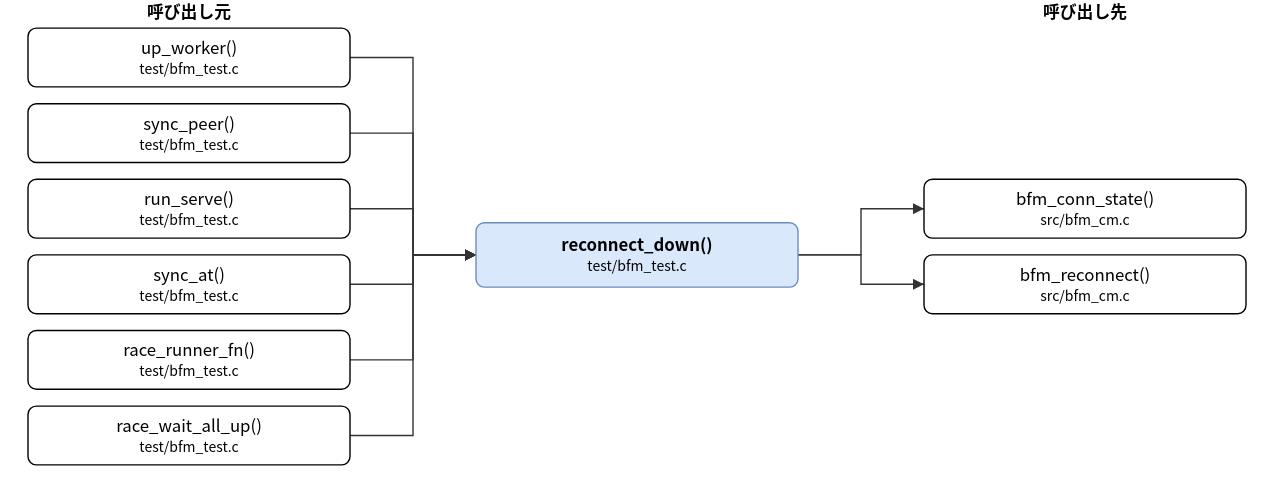
hf355051012-ai/bfmem keeps this draw.io diagram as doc/spec/images/call_test_bfm_test-reconnect_down.drawio.svg. Above is the earlier version. Source tidied: cells renumbered, new cells last; positions are measured from the earlier drawing's top-left corner, leaving out a move shared by most shapes.
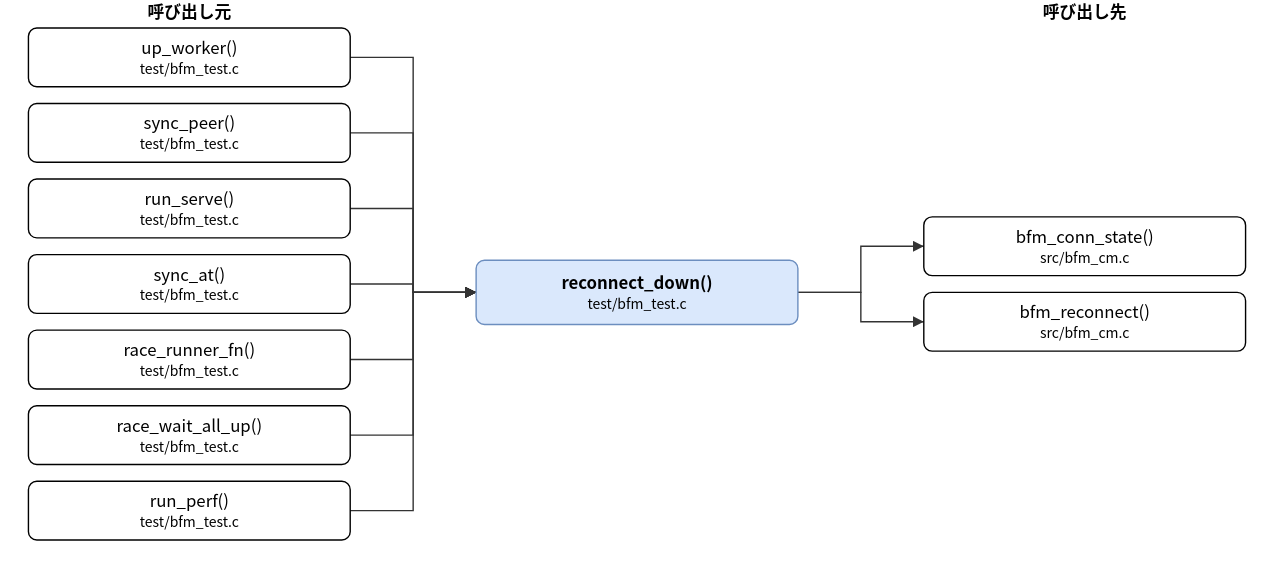
The same file after the commit.

What changed in the source:
```diff
@@ -3,7 +3,7 @@
     <mxCell id="0" />
     <mxCell id="1" parent="0" />
     <mxCell id="2" value="reconnect_down()&lt;br&gt;&lt;font style=&quot;font-size:10px&quot;&gt;test/bfm_test.c&lt;/font&gt;" style="rounded=1;whiteSpace=wrap;html=1;fillColor=#dae8fc;strokeColor=#6c8ebf;fontStyle=1;" parent="1" vertex="1">
-      <mxGeometry x="320" y="159" width="230" height="46" as="geometry" />
+      <mxGeometry x="320" y="186" width="230" height="46" as="geometry" />
     </mxCell>
     <mxCell id="3" value="up_worker()&lt;br&gt;&lt;font style=&quot;font-size:10px&quot;&gt;test/bfm_test.c&lt;/font&gt;" style="rounded=1;whiteSpace=wrap;html=1;" parent="1" vertex="1">
       <mxGeometry y="20" width="230" height="42" as="geometry" />
@@ -23,17 +23,20 @@
     <mxCell id="8" value="race_wait_all_up()&lt;br&gt;&lt;font style=&quot;font-size:10px&quot;&gt;test/bfm_test.c&lt;/font&gt;" style="rounded=1;whiteSpace=wrap;html=1;" parent="1" vertex="1">
       <mxGeometry y="290" width="230" height="42" as="geometry" />
     </mxCell>
+    <mxCell id="21" value="run_perf()&lt;br&gt;&lt;font style=&quot;font-size:10px&quot;&gt;test/bfm_test.c&lt;/font&gt;" style="rounded=1;whiteSpace=wrap;html=1;" parent="1" vertex="1">
+      <mxGeometry y="344" width="230" height="42" as="geometry" />
+    </mxCell>
     <mxCell id="9" value="bfm_conn_state()&lt;br&gt;&lt;font style=&quot;font-size:10px&quot;&gt;src/bfm_cm.c&lt;/font&gt;" style="rounded=1;whiteSpace=wrap;html=1;" parent="1" vertex="1">
-      <mxGeometry x="640" y="128" width="230" height="42" as="geometry" />
+      <mxGeometry x="640" y="155" width="230" height="42" as="geometry" />
     </mxCell>
     <mxCell id="10" value="bfm_reconnect()&lt;br&gt;&lt;font style=&quot;font-size:10px&quot;&gt;src/bfm_cm.c&lt;/font&gt;" style="rounded=1;whiteSpace=wrap;html=1;" parent="1" vertex="1">
-      <mxGeometry x="640" y="182" width="230" height="42" as="geometry" />
+      <mxGeometry x="640" y="209" width="230" height="42" as="geometry" />
     </mxCell>
     <mxCell id="11" style="edgeStyle=none;html=1;rounded=0;endArrow=block;endFill=1;exitX=1.0000;exitY=0.5000;exitDx=0;exitDy=0;exitPerimeter=0;entryX=0.0000;entryY=0.5000;entryDx=0;entryDy=0;entryPerimeter=0;" parent="1" edge="1" source="3" target="2">
       <mxGeometry relative="1" as="geometry">
         <Array as="points">
           <mxPoint x="275" y="41" />
-          <mxPoint x="275" y="182" />
+          <mxPoint x="275" y="209" />
         </Array>
       </mxGeometry>
     </mxCell>
@@ -41,7 +44,7 @@
       <mxGeometry relative="1" as="geometry">
         <Array as="points">
           <mxPoint x="275" y="95" />
-          <mxPoint x="275" y="182" />
+          <mxPoint x="275" y="209" />
         </Array>
       </mxGeometry>
     </mxCell>
@@ -49,7 +52,7 @@
       <mxGeometry relative="1" as="geometry">
         <Array as="points">
           <mxPoint x="275" y="149" />
-          <mxPoint x="275" y="182" />
+          <mxPoint x="275" y="209" />
         </Array>
       </mxGeometry>
     </mxCell>
@@ -57,7 +60,7 @@
       <mxGeometry relative="1" as="geometry">
         <Array as="points">
           <mxPoint x="275" y="203" />
-          <mxPoint x="275" y="182" />
+          <mxPoint x="275" y="209" />
         </Array>
       </mxGeometry>
     </mxCell>
@@ -65,7 +68,7 @@
       <mxGeometry relative="1" as="geometry">
         <Array as="points">
           <mxPoint x="275" y="257" />
-          <mxPoint x="275" y="182" />
+          <mxPoint x="275" y="209" />
         </Array>
       </mxGeometry>
     </mxCell>
@@ -73,26 +76,34 @@
       <mxGeometry relative="1" as="geometry">
         <Array as="points">
           <mxPoint x="275" y="311" />
-          <mxPoint x="275" y="182" />
+          <mxPoint x="275" y="209" />
         </Array>
       </mxGeometry>
     </mxCell>
-    <mxCell id="17" style="edgeStyle=none;html=1;rounded=0;endArrow=block;endFill=1;exitX=1.0000;exitY=0.5000;exitDx=0;exitDy=0;exitPerimeter=0;entryX=0.0000;entryY=0.5000;entryDx=0;entryDy=0;entryPerimeter=0;" parent="1" edge="1" source="2" target="9">
+    <mxCell id="17" style="edgeStyle=none;html=1;rounded=0;endArrow=block;endFill=1;exitX=1.0000;exitY=0.5000;exitDx=0;exitDy=0;exitPerimeter=0;entryX=0.0000;entryY=0.5000;entryDx=0;entryDy=0;entryPerimeter=0;" parent="1" edge="1" source="21" target="2">
       <mxGeometry relative="1" as="geometry">
         <Array as="points">
-          <mxPoint x="595" y="182" />
-          <mxPoint x="595" y="149" />
+          <mxPoint x="275" y="365" />
+          <mxPoint x="275" y="209" />
         </Array>
       </mxGeometry>
     </mxCell>
-    <mxCell id="18" style="edgeStyle=none;html=1;rounded=0;endArrow=block;endFill=1;exitX=1.0000;exitY=0.5000;exitDx=0;exitDy=0;exitPerimeter=0;entryX=0.0000;entryY=0.5000;entryDx=0;entryDy=0;entryPerimeter=0;" parent="1" edge="1" source="2" target="10">
+    <mxCell id="18" style="edgeStyle=none;html=1;rounded=0;endArrow=block;endFill=1;exitX=1.0000;exitY=0.5000;exitDx=0;exitDy=0;exitPerimeter=0;entryX=0.0000;entryY=0.5000;entryDx=0;entryDy=0;entryPerimeter=0;" parent="1" edge="1" source="2" target="9">
       <mxGeometry relative="1" as="geometry">
         <Array as="points">
-          <mxPoint x="595" y="182" />
-          <mxPoint x="595" y="203" />
+          <mxPoint x="595" y="209" />
+          <mxPoint x="595" y="176" />
         </Array>
       </mxGeometry>
     </mxCell>
+    <mxCell id="22" style="edgeStyle=none;html=1;rounded=0;endArrow=block;endFill=1;exitX=1.0000;exitY=0.5000;exitDx=0;exitDy=0;exitPerimeter=0;entryX=0.0000;entryY=0.5000;entryDx=0;entryDy=0;entryPerimeter=0;" parent="1" edge="1" source="2" target="10">
+      <mxGeometry relative="1" as="geometry">
+        <Array as="points">
+          <mxPoint x="595" y="209" />
+          <mxPoint x="595" y="230" />
+        </Array>
+      </mxGeometry>
+    </mxCell>
     <mxCell id="19" value="呼び出し元" style="text;html=1;align=center;fontStyle=1;" parent="1" vertex="1">
       <mxGeometry x="35" width="160" height="18" as="geometry" />
     </mxCell>
```
